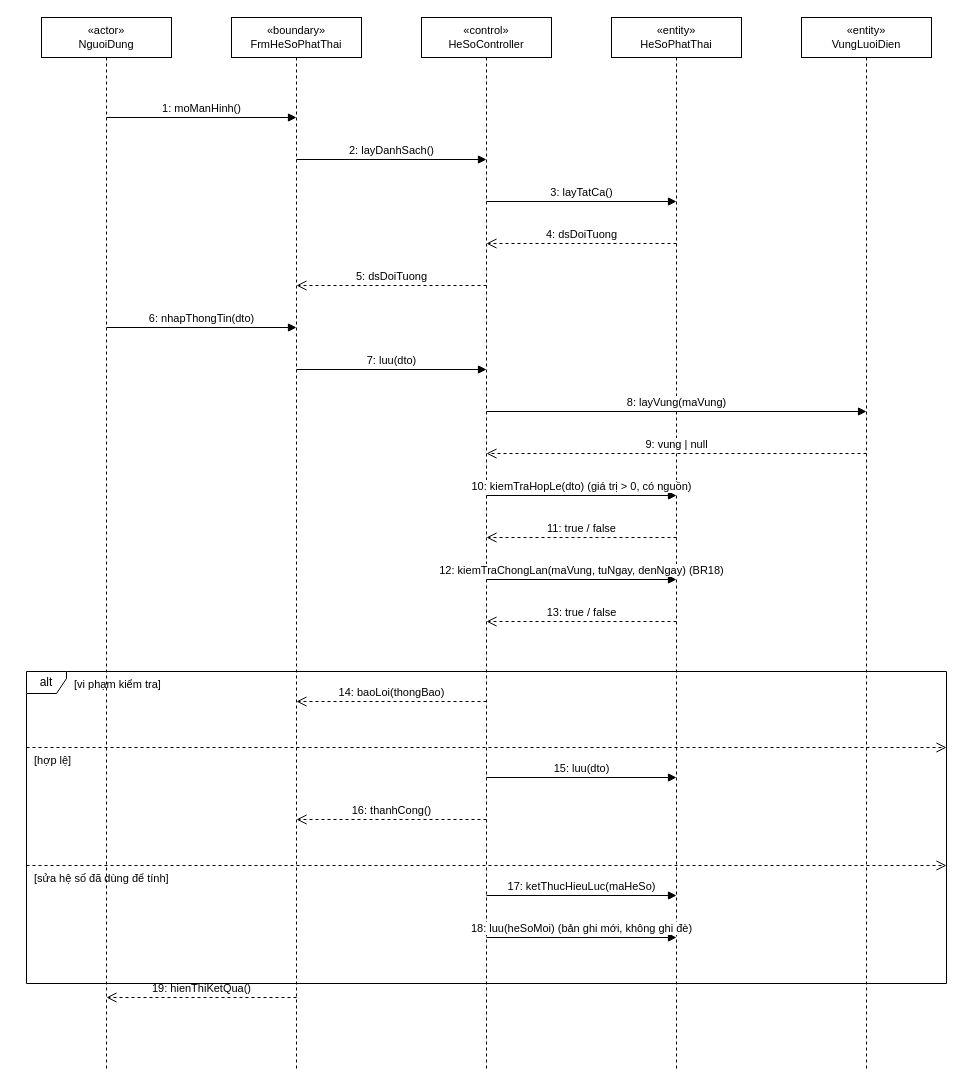
The draw.io diagram docs/diagrams/03_TuanTu/UC_GD_008_Sequence_QuanLyHeSoPhatThai.drawio in TranThienNhan8279/GreenDash, before the edit. Source tidied: cells renumbered, new cells numbered last; positions are measured from the earlier drawing's top-left corner, leaving out a move shared by most shapes. Both pictures are drawn from the tidied source at 100%, with x=0, y=0 at pixel (26, 17).
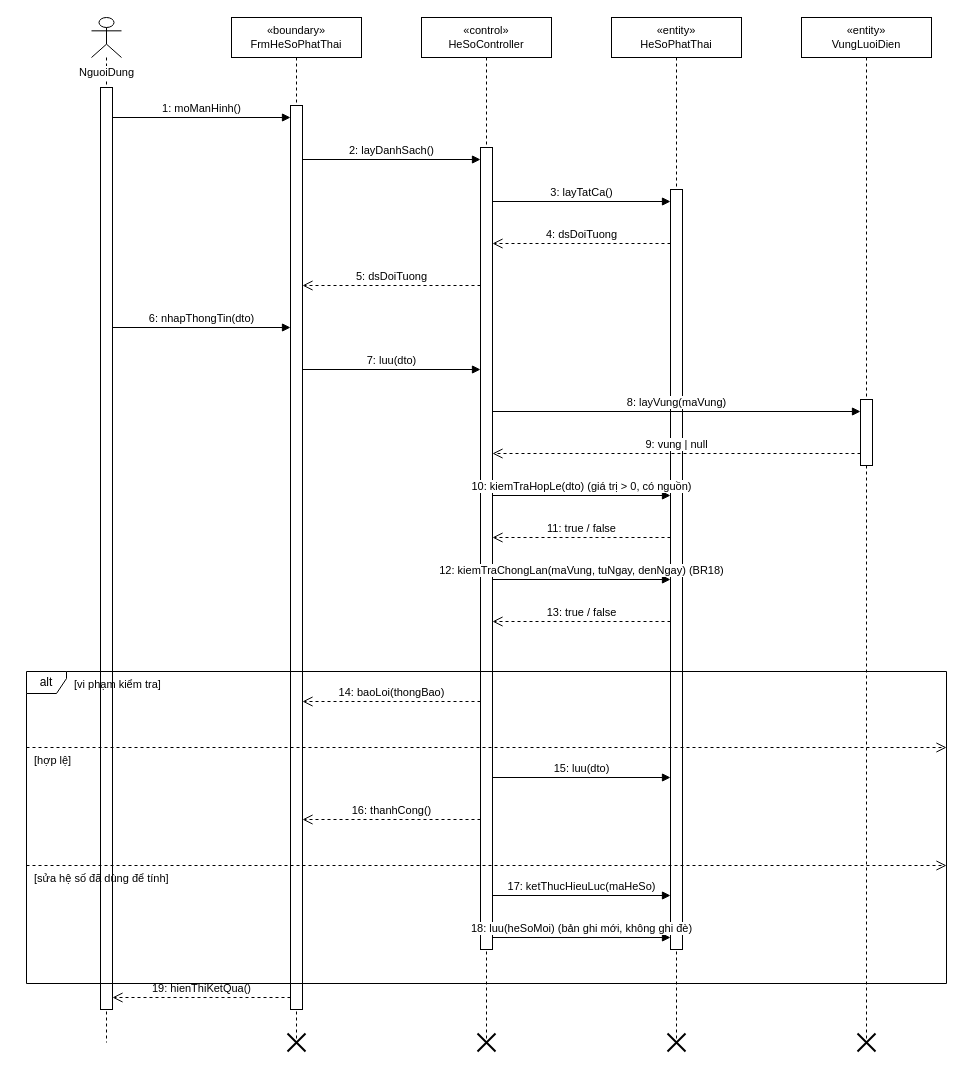
After the change.

The edit, as a diff of the source:
```diff
@@
-    <mxCell id="2" value="«actor»&lt;br&gt;NguoiDung" style="shape=umlLifeline;perimeter=lifelinePerimeter;whiteSpace=wrap;html=1;fontSize=11;" parent="1" vertex="1">
-      <mxGeometry x="15" width="130" height="1052" as="geometry" />
+    <mxCell id="2" value="NguoiDung" style="shape=umlLifeline;participant=umlActor;verticalAlign=top;spacingTop=42;labelBackgroundColor=#ffffff;perimeter=lifelinePerimeter;whiteSpace=nowrap;html=1;fontSize=11;" parent="1" vertex="1">
+      <mxGeometry x="65" width="30" height="1025" as="geometry" />
     </mxCell>
     <mxCell id="3" value="«boundary»&lt;br&gt;FrmHeSoPhatThai" style="shape=umlLifeline;perimeter=lifelinePerimeter;whiteSpace=wrap;html=1;fontSize=11;" parent="1" vertex="1">
-      <mxGeometry x="205" width="130" height="1052" as="geometry" />
+      <mxGeometry x="205" width="130" height="1025" as="geometry" />
     </mxCell>
     <mxCell id="4" value="«control»&lt;br&gt;HeSoController" style="shape=umlLifeline;perimeter=lifelinePerimeter;whiteSpace=wrap;html=1;fontSize=11;" parent="1" vertex="1">
-      <mxGeometry x="395" width="130" height="1052" as="geometry" />
+      <mxGeometry x="395" width="130" height="1025" as="geometry" />
     </mxCell>
     <mxCell id="5" value="«entity»&lt;br&gt;HeSoPhatThai" style="shape=umlLifeline;perimeter=lifelinePerimeter;whiteSpace=wrap;html=1;fontSize=11;" parent="1" vertex="1">
-      <mxGeometry x="585" width="130" height="1052" as="geometry" />
+      <mxGeometry x="585" width="130" height="1025" as="geometry" />
     </mxCell>
     <mxCell id="6" value="«entity»&lt;br&gt;VungLuoiDien" style="shape=umlLifeline;perimeter=lifelinePerimeter;whiteSpace=wrap;html=1;fontSize=11;" parent="1" vertex="1">
-      <mxGeometry x="775" width="130" height="1052" as="geometry" />
+      <mxGeometry x="775" width="130" height="1025" as="geometry" />
     </mxCell>
+    <mxCell id="32" style="html=1;perimeter=orthogonalPerimeter;fillColor=#ffffff;strokeColor=#000000;" parent="1" vertex="1">
+      <mxGeometry x="74" y="70" width="12" height="922" as="geometry" />
+    </mxCell>
+    <mxCell id="33" style="html=1;perimeter=orthogonalPerimeter;fillColor=#ffffff;strokeColor=#000000;" parent="1" vertex="1">
+      <mxGeometry x="264" y="88" width="12" height="904" as="geometry" />
+    </mxCell>
+    <mxCell id="34" style="shape=umlDestroy;html=1;strokeWidth=2;strokeColor=#000000;" parent="1" vertex="1">
+      <mxGeometry x="261" y="1016" width="18" height="18" as="geometry" />
+    </mxCell>
+    <mxCell id="35" style="html=1;perimeter=orthogonalPerimeter;fillColor=#ffffff;strokeColor=#000000;" parent="1" vertex="1">
+      <mxGeometry x="454" y="130" width="12" height="802" as="geometry" />
+    </mxCell>
+    <mxCell id="36" style="shape=umlDestroy;html=1;strokeWidth=2;strokeColor=#000000;" parent="1" vertex="1">
+      <mxGeometry x="451" y="1016" width="18" height="18" as="geometry" />
+    </mxCell>
+    <mxCell id="37" style="html=1;perimeter=orthogonalPerimeter;fillColor=#ffffff;strokeColor=#000000;" parent="1" vertex="1">
+      <mxGeometry x="644" y="172" width="12" height="760" as="geometry" />
+    </mxCell>
+    <mxCell id="38" style="shape=umlDestroy;html=1;strokeWidth=2;strokeColor=#000000;" parent="1" vertex="1">
+      <mxGeometry x="641" y="1016" width="18" height="18" as="geometry" />
+    </mxCell>
+    <mxCell id="39" style="html=1;perimeter=orthogonalPerimeter;fillColor=#ffffff;strokeColor=#000000;" parent="1" vertex="1">
+      <mxGeometry x="834" y="382" width="12" height="66" as="geometry" />
+    </mxCell>
+    <mxCell id="40" style="shape=umlDestroy;html=1;strokeWidth=2;strokeColor=#000000;" parent="1" vertex="1">
+      <mxGeometry x="831" y="1016" width="18" height="18" as="geometry" />
+    </mxCell>
     <mxCell id="7" value="1: moManHinh()" style="html=1;verticalAlign=bottom;endArrow=block;endFill=1;" parent="1" edge="1">
       <mxGeometry relative="1" as="geometry">
-        <mxPoint x="80" y="100" as="sourcePoint" />
-        <mxPoint x="270" y="100" as="targetPoint" />
+        <mxPoint x="86" y="100" as="sourcePoint" />
+        <mxPoint x="264" y="100" as="targetPoint" />
       </mxGeometry>
     </mxCell>
     <mxCell id="8" value="2: layDanhSach()" style="html=1;verticalAlign=bottom;endArrow=block;endFill=1;" parent="1" edge="1">
       <mxGeometry relative="1" as="geometry">
-        <mxPoint x="270" y="142" as="sourcePoint" />
-        <mxPoint x="460" y="142" as="targetPoint" />
+        <mxPoint x="276" y="142" as="sourcePoint" />
+        <mxPoint x="454" y="142" as="targetPoint" />
       </mxGeometry>
     </mxCell>
     <mxCell id="9" value="3: layTatCa()" style="html=1;verticalAlign=bottom;endArrow=block;endFill=1;" parent="1" edge="1">
       <mxGeometry relative="1" as="geometry">
-        <mxPoint x="460" y="184" as="sourcePoint" />
-        <mxPoint x="650" y="184" as="targetPoint" />
+        <mxPoint x="466" y="184" as="sourcePoint" />
+        <mxPoint x="644" y="184" as="targetPoint" />
       </mxGeometry>
     </mxCell>
     <mxCell id="10" value="4: dsDoiTuong" style="html=1;verticalAlign=bottom;endArrow=open;endSize=8;dashed=1;" parent="1" edge="1">
       <mxGeometry relative="1" as="geometry">
-        <mxPoint x="650" y="226" as="sourcePoint" />
-        <mxPoint x="460" y="226" as="targetPoint" />
+        <mxPoint x="644" y="226" as="sourcePoint" />
+        <mxPoint x="466" y="226" as="targetPoint" />
       </mxGeometry>
     </mxCell>
     <mxCell id="11" value="5: dsDoiTuong" style="html=1;verticalAlign=bottom;endArrow=open;endSize=8;dashed=1;" parent="1" edge="1">
       <mxGeometry relative="1" as="geometry">
-        <mxPoint x="460" y="268" as="sourcePoint" />
-        <mxPoint x="270" y="268" as="targetPoint" />
+        <mxPoint x="454" y="268" as="sourcePoint" />
+        <mxPoint x="276" y="268" as="targetPoint" />
       </mxGeometry>
     </mxCell>
     <mxCell id="12" value="6: nhapThongTin(dto)" style="html=1;verticalAlign=bottom;endArrow=block;endFill=1;" parent="1" edge="1">
       <mxGeometry relative="1" as="geometry">
-        <mxPoint x="80" y="310" as="sourcePoint" />
-        <mxPoint x="270" y="310" as="targetPoint" />
+        <mxPoint x="86" y="310" as="sourcePoint" />
+        <mxPoint x="264" y="310" as="targetPoint" />
       </mxGeometry>
     </mxCell>
     <mxCell id="13" value="7: luu(dto)" style="html=1;verticalAlign=bottom;endArrow=block;endFill=1;" parent="1" edge="1">
       <mxGeometry relative="1" as="geometry">
-        <mxPoint x="270" y="352" as="sourcePoint" />
-        <mxPoint x="460" y="352" as="targetPoint" />
+        <mxPoint x="276" y="352" as="sourcePoint" />
+        <mxPoint x="454" y="352" as="targetPoint" />
       </mxGeometry>
     </mxCell>
     <mxCell id="14" value="8: layVung(maVung)" style="html=1;verticalAlign=bottom;endArrow=block;endFill=1;" parent="1" edge="1">
       <mxGeometry relative="1" as="geometry">
-        <mxPoint x="460" y="394" as="sourcePoint" />
-        <mxPoint x="840" y="394" as="targetPoint" />
+        <mxPoint x="466" y="394" as="sourcePoint" />
+        <mxPoint x="834" y="394" as="targetPoint" />
       </mxGeometry>
     </mxCell>
     <mxCell id="15" value="9: vung | null" style="html=1;verticalAlign=bottom;endArrow=open;endSize=8;dashed=1;" parent="1" edge="1">
       <mxGeometry relative="1" as="geometry">
-        <mxPoint x="840" y="436" as="sourcePoint" />
-        <mxPoint x="460" y="436" as="targetPoint" />
+        <mxPoint x="834" y="436" as="sourcePoint" />
+        <mxPoint x="466" y="436" as="targetPoint" />
       </mxGeometry>
     </mxCell>
     <mxCell id="16" value="10: kiemTraHopLe(dto)  (giá trị &gt; 0, có nguồn)" style="html=1;verticalAlign=bottom;endArrow=block;endFill=1;" parent="1" edge="1">
       <mxGeometry relative="1" as="geometry">
-        <mxPoint x="460" y="478" as="sourcePoint" />
-        <mxPoint x="650" y="478" as="targetPoint" />
+        <mxPoint x="466" y="478" as="sourcePoint" />
+        <mxPoint x="644" y="478" as="targetPoint" />
       </mxGeometry>
     </mxCell>
     <mxCell id="17" value="11: true / false" style="html=1;verticalAlign=bottom;endArrow=open;endSize=8;dashed=1;" parent="1" edge="1">
       <mxGeometry relative="1" as="geometry">
-        <mxPoint x="650" y="520" as="sourcePoint" />
-        <mxPoint x="460" y="520" as="targetPoint" />
+        <mxPoint x="644" y="520" as="sourcePoint" />
+        <mxPoint x="466" y="520" as="targetPoint" />
       </mxGeometry>
     </mxCell>
     <mxCell id="18" value="12: kiemTraChongLan(maVung, tuNgay, denNgay)  (BR18)" style="html=1;verticalAlign=bottom;endArrow=block;endFill=1;" parent="1" edge="1">
       <mxGeometry relative="1" as="geometry">
-        <mxPoint x="460" y="562" as="sourcePoint" />
-        <mxPoint x="650" y="562" as="targetPoint" />
+        <mxPoint x="466" y="562" as="sourcePoint" />
+        <mxPoint x="644" y="562" as="targetPoint" />
       </mxGeometry>
     </mxCell>
     <mxCell id="19" value="13: true / false" style="html=1;verticalAlign=bottom;endArrow=open;endSize=8;dashed=1;" parent="1" edge="1">
       <mxGeometry relative="1" as="geometry">
-        <mxPoint x="650" y="604" as="sourcePoint" />
-        <mxPoint x="460" y="604" as="targetPoint" />
+        <mxPoint x="644" y="604" as="sourcePoint" />
+        <mxPoint x="466" y="604" as="targetPoint" />
       </mxGeometry>
     </mxCell>
     <mxCell id="20" value="14: baoLoi(thongBao)" style="html=1;verticalAlign=bottom;endArrow=open;endSize=8;dashed=1;" parent="1" edge="1">
       <mxGeometry relative="1" as="geometry">
-        <mxPoint x="460" y="684" as="sourcePoint" />
-        <mxPoint x="270" y="684" as="targetPoint" />
+        <mxPoint x="454" y="684" as="sourcePoint" />
+        <mxPoint x="276" y="684" as="targetPoint" />
       </mxGeometry>
     </mxCell>
     <mxCell id="21" value="15: luu(dto)" style="html=1;verticalAlign=bottom;endArrow=block;endFill=1;" parent="1" edge="1">
       <mxGeometry relative="1" as="geometry">
-        <mxPoint x="460" y="760" as="sourcePoint" />
-        <mxPoint x="650" y="760" as="targetPoint" />
+        <mxPoint x="466" y="760" as="sourcePoint" />
+        <mxPoint x="644" y="760" as="targetPoint" />
       </mxGeometry>
     </mxCell>
     <mxCell id="22" value="16: thanhCong()" style="html=1;verticalAlign=bottom;endArrow=open;endSize=8;dashed=1;" parent="1" edge="1">
       <mxGeometry relative="1" as="geometry">
-        <mxPoint x="460" y="802" as="sourcePoint" />
-        <mxPoint x="270" y="802" as="targetPoint" />
+        <mxPoint x="454" y="802" as="sourcePoint" />
+        <mxPoint x="276" y="802" as="targetPoint" />
       </mxGeometry>
     </mxCell>
     <mxCell id="23" value="17: ketThucHieuLuc(maHeSo)" style="html=1;verticalAlign=bottom;endArrow=block;endFill=1;" parent="1" edge="1">
       <mxGeometry relative="1" as="geometry">
-        <mxPoint x="460" y="878" as="sourcePoint" />
-        <mxPoint x="650" y="878" as="targetPoint" />
+        <mxPoint x="466" y="878" as="sourcePoint" />
+        <mxPoint x="644" y="878" as="targetPoint" />
       </mxGeometry>
     </mxCell>
     <mxCell id="24" value="18: luu(heSoMoi)  (bản ghi mới, không ghi đè)" style="html=1;verticalAlign=bottom;endArrow=block;endFill=1;" parent="1" edge="1">
       <mxGeometry relative="1" as="geometry">
-        <mxPoint x="460" y="920" as="sourcePoint" />
-        <mxPoint x="650" y="920" as="targetPoint" />
+        <mxPoint x="466" y="920" as="sourcePoint" />
+        <mxPoint x="644" y="920" as="targetPoint" />
       </mxGeometry>
     </mxCell>
     <mxCell id="25" value="19: hienThiKetQua()" style="html=1;verticalAlign=bottom;endArrow=open;endSize=8;dashed=1;" parent="1" edge="1">
       <mxGeometry relative="1" as="geometry">
-        <mxPoint x="270" y="980" as="sourcePoint" />
-        <mxPoint x="80" y="980" as="targetPoint" />
+        <mxPoint x="264" y="980" as="sourcePoint" />
+        <mxPoint x="86" y="980" as="targetPoint" />
       </mxGeometry>
     </mxCell>
```
